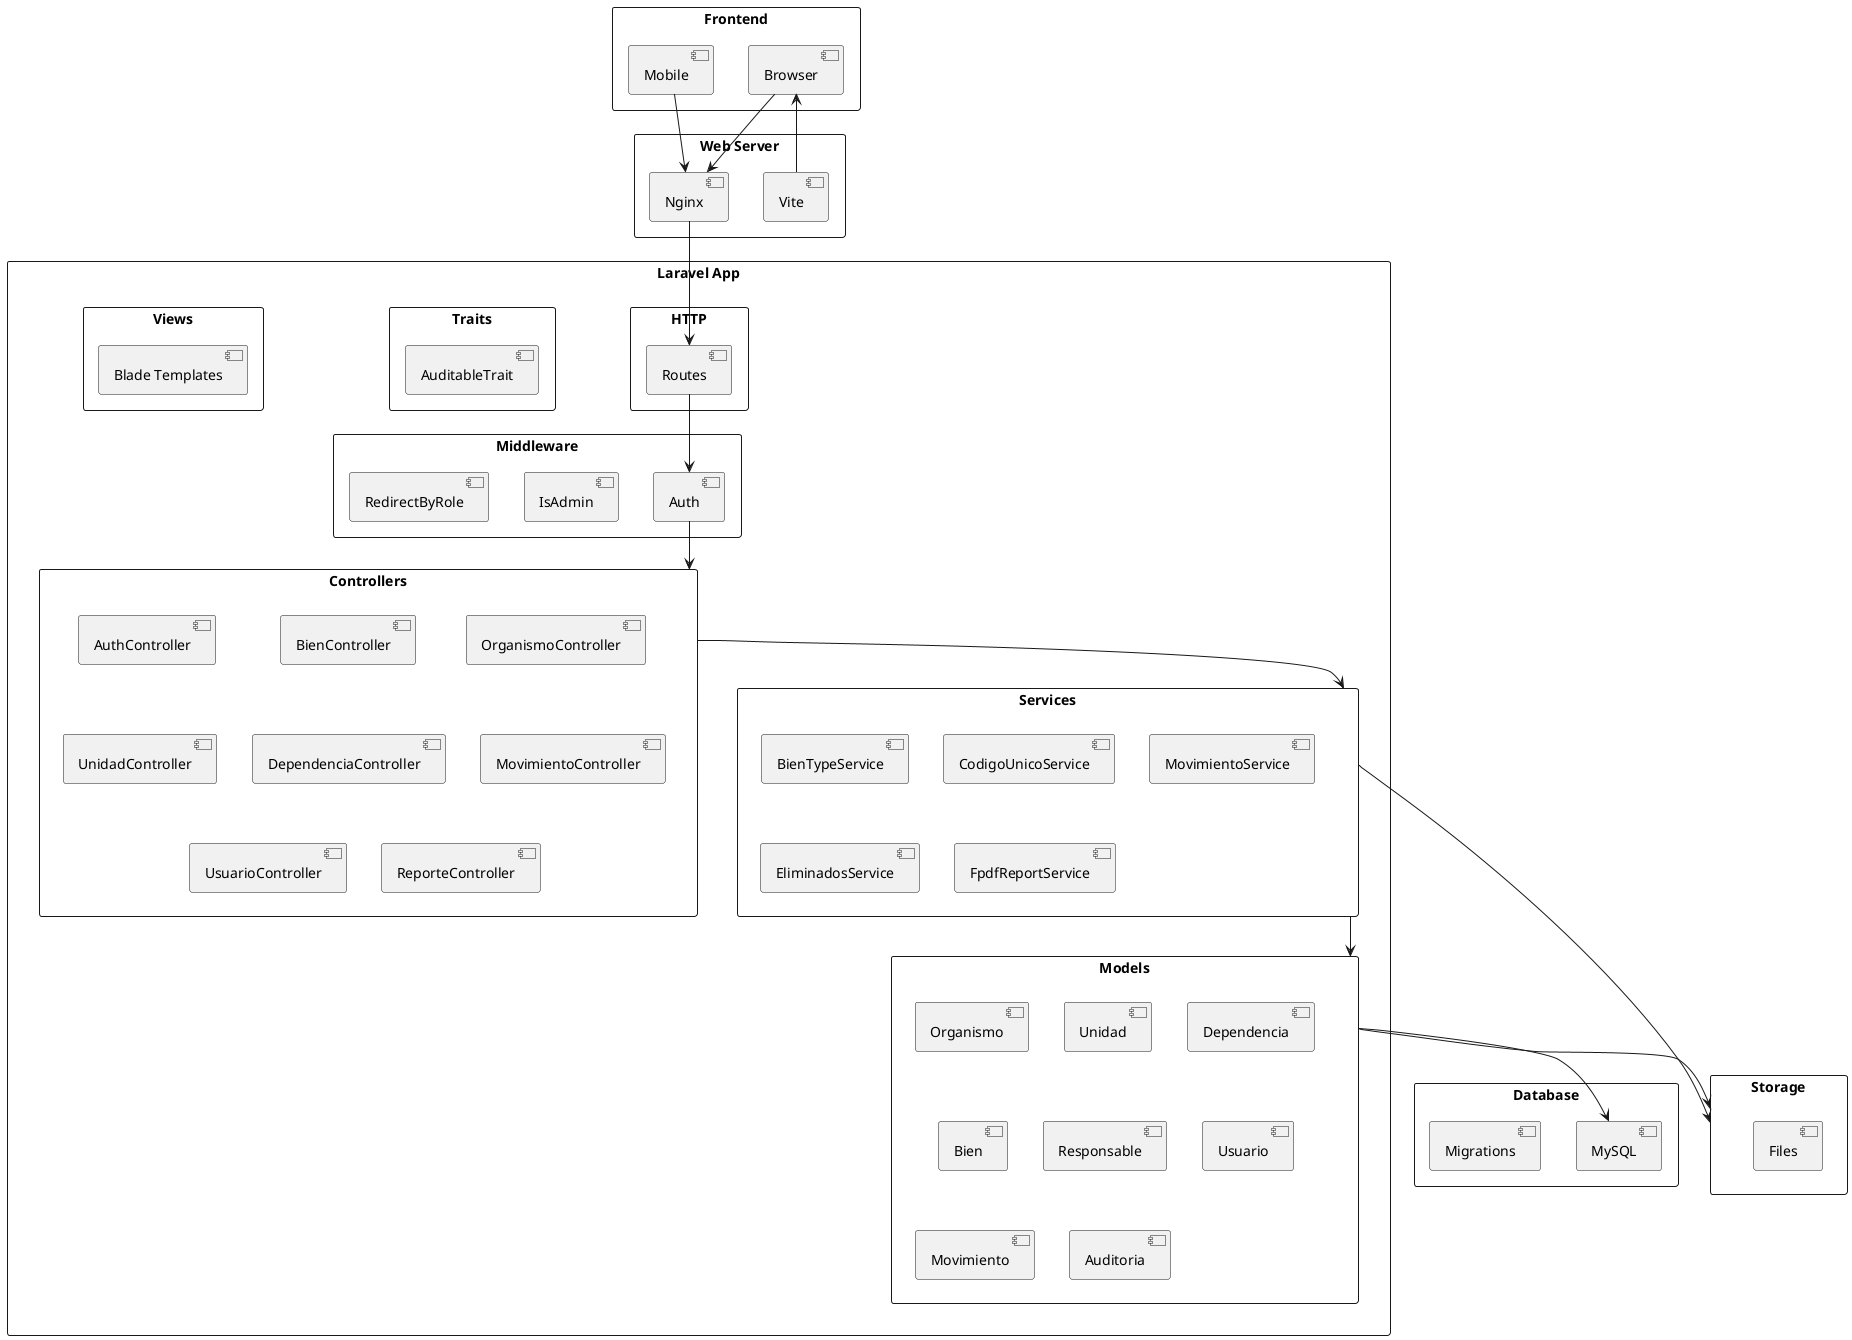
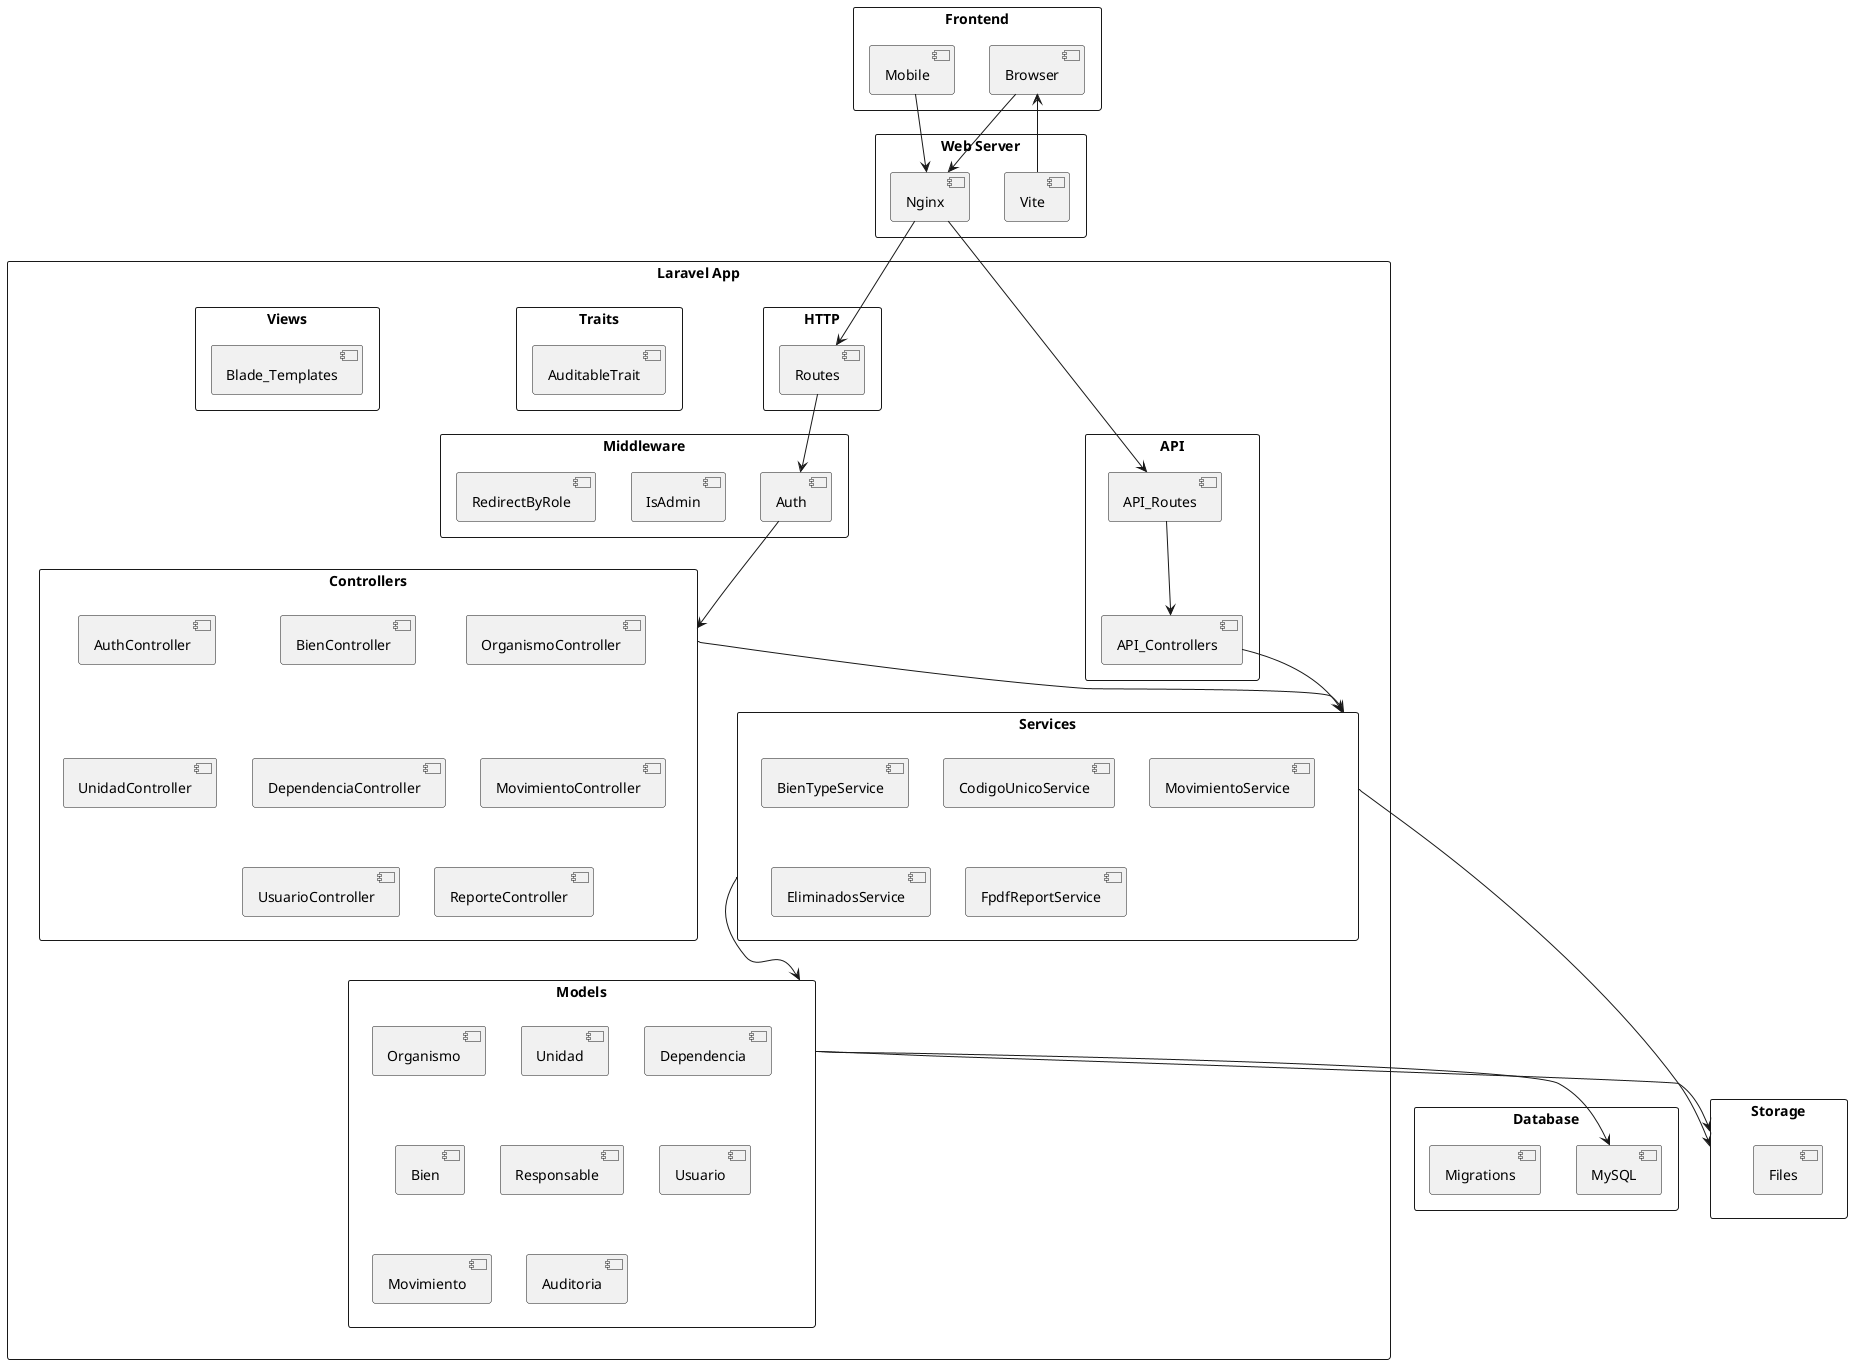
@startuml
skinparam packageStyle rectangle

package "Frontend" {
    [Browser]
    [Mobile]
}

package "Web Server" {
    [Nginx]
    [Vite]
}

package "Laravel App" {

    package "HTTP" {
        [Routes]
+     }
+ 
+     package "API" {
+         [API_Routes]
+         [API_Controllers]
    }

    package "Middleware" {
        [Auth]
        [IsAdmin]
        [RedirectByRole]
    }

    package "Controllers" {
        [AuthController]
        [BienController]
        [OrganismoController]
        [UnidadController]
        [DependenciaController]
        [MovimientoController]
        [UsuarioController]
        [ReporteController]
    }

    package "Services" {
        [BienTypeService]
        [CodigoUnicoService]
        [MovimientoService]
        [EliminadosService]
        [FpdfReportService]
    }

    package "Models" {
        [Organismo]
        [Unidad]
        [Dependencia]
        [Bien]
        [Responsable]
        [Usuario]
        [Movimiento]
        [Auditoria]
    }

    package "Traits" {
        [AuditableTrait]
    }

    package "Views" {
-         [Blade Templates]
+         [Blade_Templates]
    }
}

package "Database" {
    [MySQL]
    [Migrations]
}

package "Storage" {
    [Files]
}

' Relations
Browser --> Nginx
Mobile --> Nginx
Nginx --> Routes
+ Nginx --> API_Routes
Routes --> Auth
+ API_Routes --> API_Controllers
Auth --> Controllers
+ API_Controllers --> Services
Controllers --> Services
Services --> Models
Models --> MySQL
Models --> Storage
Services --> Storage
Vite --> Browser

@enduml
